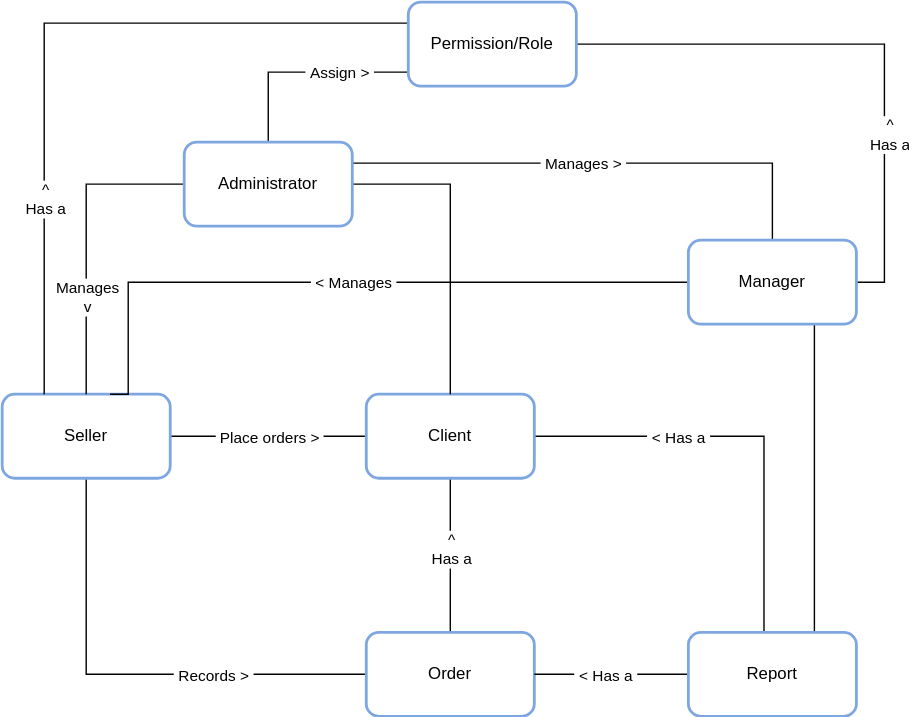
The draw.io diagram docs/conceptual_map.svg in renatabrasil/ninja-fabric-sail, before a commit. Source tidied: cells renumbered, new cells last; positions are measured from the earlier drawing's top-left corner, leaving out a move shared by most shapes.
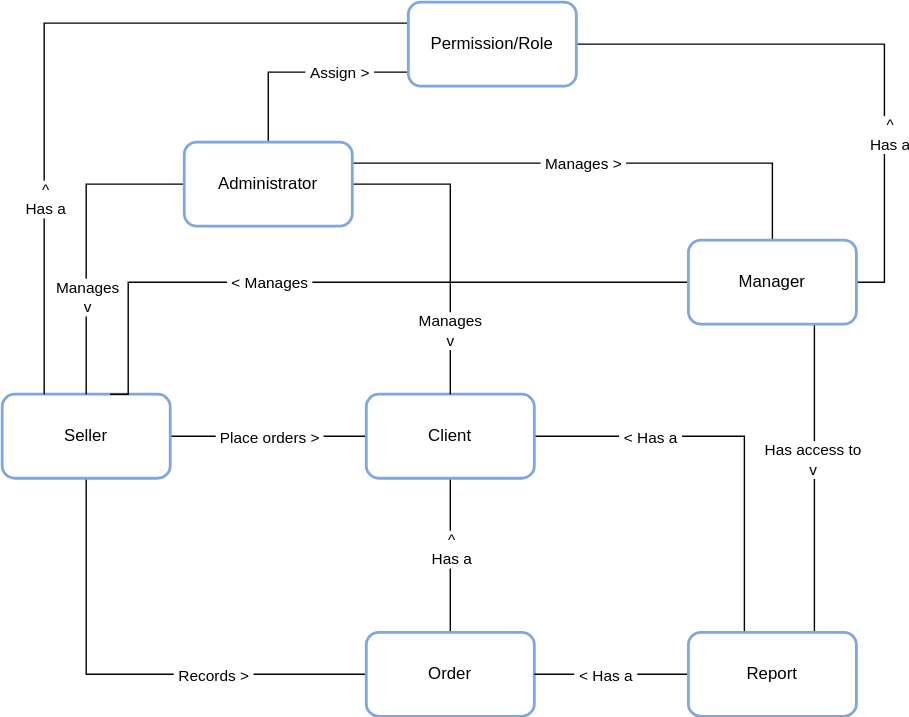
The same diagram one commit later.

Commit message:
Updating conceptual map

The edit, as a diff of the source:
```diff
@@ -28,12 +28,15 @@
       <mxGeometry relative="1" as="geometry">
         <Array as="points">
           <mxPoint x="380" y="310" />
-          <mxPoint x="544" y="310" />
+          <mxPoint x="530" y="310" />
+          <mxPoint x="530" y="450" />
         </Array>
       </mxGeometry>
     </mxCell>
     <mxCell id="9" value="&amp;nbsp;&amp;lt; Has a&amp;nbsp;" style="edgeLabel;html=1;align=center;verticalAlign=middle;" parent="8" vertex="1">
-      <mxGeometry x="-0.27" relative="1" as="geometry" />
+      <mxGeometry x="-0.27" relative="1" as="geometry">
+        <mxPoint x="-20" as="offset" />
+      </mxGeometry>
     </mxCell>
     <mxCell id="10" value="Client" style="rounded=1;whiteSpace=wrap;html=1;strokeWidth=2;strokeColor=#7EA6E0;" parent="1" vertex="1">
       <mxGeometry x="260" y="280" width="120" height="60" as="geometry" />
@@ -58,6 +61,9 @@
         <mxPoint x="-130" y="94" as="offset" />
       </mxGeometry>
     </mxCell>
+    <mxCell id="33" value="Manages&lt;br&gt;v" style="edgeLabel;html=1;align=center;verticalAlign=middle;" parent="13" vertex="1">
+      <mxGeometry x="0.58" y="-1" relative="1" as="geometry" />
+    </mxCell>
     <mxCell id="15" style="edgeStyle=orthogonalEdgeStyle;rounded=0;jettySize=auto;html=1;exitX=1;exitY=0.25;exitDx=0;exitDy=0;entryX=0.5;entryY=0;entryDx=0;entryDy=0;endArrow=none;endFill=0;" parent="1" edge="1" source="19" target="26">
       <mxGeometry relative="1" as="geometry" />
     </mxCell>
@@ -94,12 +100,15 @@
     </mxCell>
     <mxCell id="22" value="&amp;nbsp;&amp;lt; Manages&amp;nbsp;" style="edgeLabel;html=1;align=center;verticalAlign=middle;" parent="21" vertex="1">
       <mxGeometry x="-0.25" relative="1" as="geometry">
-        <mxPoint x="-55" as="offset" />
+        <mxPoint x="-115" as="offset" />
       </mxGeometry>
     </mxCell>
     <mxCell id="23" style="edgeStyle=orthogonalEdgeStyle;rounded=0;jettySize=auto;html=1;exitX=0.75;exitY=1;exitDx=0;exitDy=0;entryX=0.75;entryY=0;entryDx=0;entryDy=0;endArrow=none;endFill=0;" parent="1" edge="1" source="26" target="32">
       <mxGeometry relative="1" as="geometry" />
     </mxCell>
+    <mxCell id="34" value="Has access to&lt;br&gt;v" style="edgeLabel;html=1;align=center;verticalAlign=middle;" parent="23" vertex="1">
+      <mxGeometry x="-0.13" y="-2" relative="1" as="geometry" />
+    </mxCell>
     <mxCell id="24" style="edgeStyle=orthogonalEdgeStyle;rounded=0;jettySize=auto;html=1;exitX=1;exitY=0.5;exitDx=0;exitDy=0;entryX=1;entryY=0.5;entryDx=0;entryDy=0;endArrow=none;endFill=0;" parent="1" edge="1" source="26" target="29">
       <mxGeometry relative="1" as="geometry" />
     </mxCell>
```
